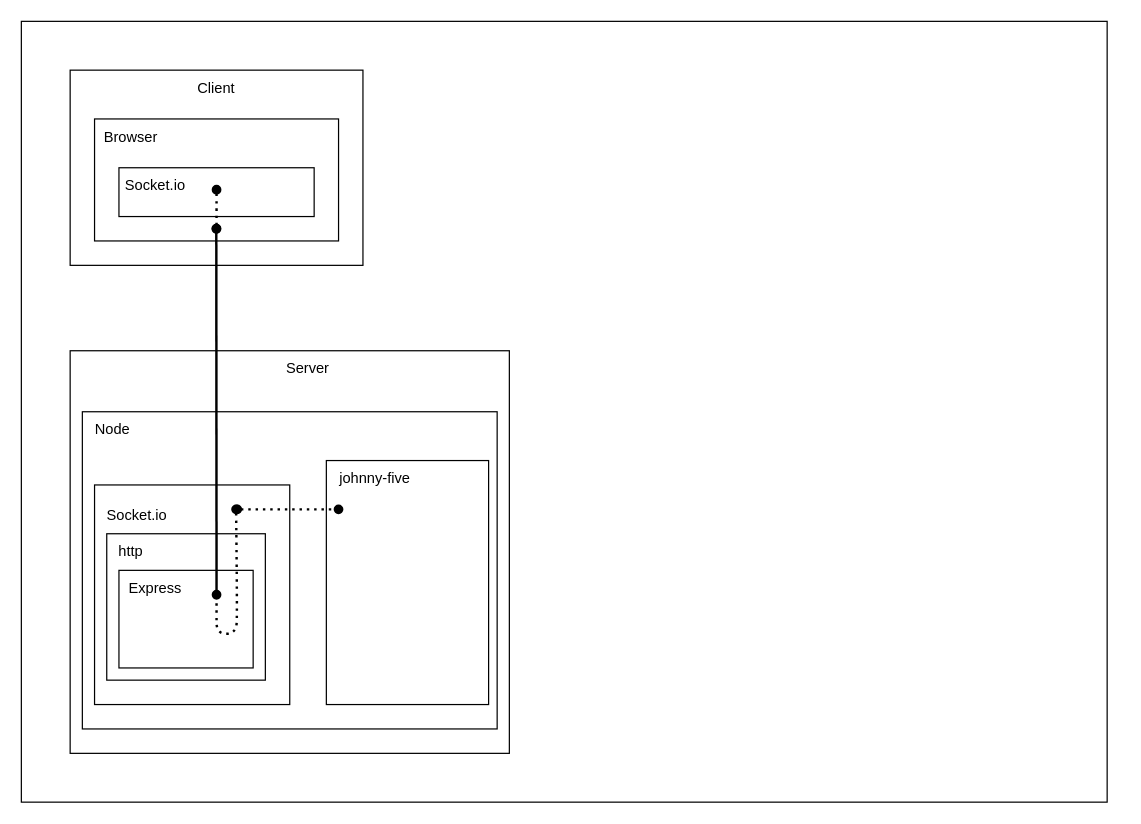
Before: arch_diagram.drawio in mike-shields-dev/browser-bot, a draw.io diagram. Source tidied: cells renumbered, new cells numbered last; positions are measured from the earlier drawing's top-left corner, leaving out a move shared by most shapes. Both pictures are drawn from the tidied source at 122%, with x=0, y=0 at pixel (21, 21).
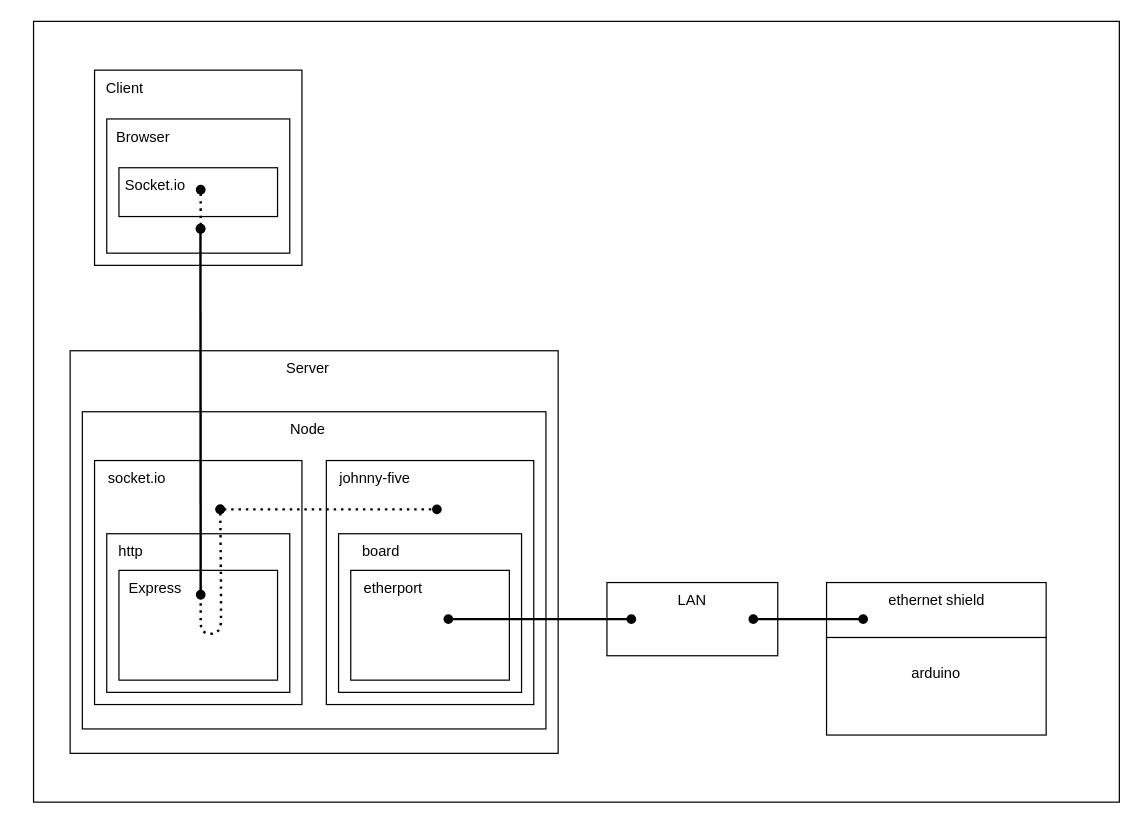
The same diagram, later.

The edit, as a diff of the source:
```diff
@@
     <mxCell id="2" style="rounded=0;whiteSpace=wrap;html=1;" parent="1" vertex="1">
-      <mxGeometry width="890" height="640" as="geometry" />
+      <mxGeometry x="10" width="890" height="640" as="geometry" />
     </mxCell>
     <mxCell id="3" style="rounded=1;whiteSpace=wrap;html=1;arcSize=0;" parent="1" vertex="1">
-      <mxGeometry x="40" y="40" width="240" height="160" as="geometry" />
+      <mxGeometry x="60" y="40" width="170" height="160" as="geometry" />
     </mxCell>
     <mxCell id="4" style="rounded=1;whiteSpace=wrap;html=1;arcSize=0;" parent="1" vertex="1">
-      <mxGeometry x="60" y="80" width="200" height="100" as="geometry" />
+      <mxGeometry x="70" y="80" width="150" height="110" as="geometry" />
     </mxCell>
@@
     <mxCell id="6" value="Client" style="text;html=1;strokeColor=none;fillColor=none;align=center;verticalAlign=middle;whiteSpace=wrap;rounded=0;" parent="1" vertex="1">
-      <mxGeometry x="130" y="40" width="60" height="30" as="geometry" />
+      <mxGeometry x="60" y="40" width="50" height="30" as="geometry" />
     </mxCell>
     <mxCell id="7" value="Browser" style="text;html=1;strokeColor=none;fillColor=none;align=center;verticalAlign=middle;whiteSpace=wrap;rounded=0;" parent="1" vertex="1">
-      <mxGeometry x="60" y="80" width="60" height="30" as="geometry" />
+      <mxGeometry x="70" y="80" width="60" height="30" as="geometry" />
     </mxCell>
     <mxCell id="8" style="rounded=1;whiteSpace=wrap;html=1;arcSize=0;" parent="1" vertex="1">
-      <mxGeometry x="40" y="270" width="360" height="330" as="geometry" />
+      <mxGeometry x="40" y="270" width="400" height="330" as="geometry" />
     </mxCell>
     <mxCell id="9" style="rounded=1;whiteSpace=wrap;html=1;arcSize=0;" parent="1" vertex="1">
-      <mxGeometry x="50" y="320" width="340" height="260" as="geometry" />
+      <mxGeometry x="50" y="320" width="380" height="260" as="geometry" />
     </mxCell>
@@
     <mxCell id="12" value="Node" style="text;html=1;strokeColor=none;fillColor=none;align=center;verticalAlign=middle;whiteSpace=wrap;rounded=0;" parent="1" vertex="1">
-      <mxGeometry x="50" y="320" width="50" height="30" as="geometry" />
+      <mxGeometry x="210" y="320" width="50" height="30" as="geometry" />
     </mxCell>
     <mxCell id="13" style="group;" parent="1" vertex="1">
-      <mxGeometry x="80" y="120" width="160" height="40" as="geometry" />
+      <mxGeometry x="80" y="120" width="130" height="40" as="geometry" />
     </mxCell>
     <mxCell id="14" style="rounded=1;whiteSpace=wrap;html=1;arcSize=0;" parent="13" vertex="1">
-      <mxGeometry width="160" height="40" as="geometry" />
+      <mxGeometry width="130" height="40" as="geometry" />
     </mxCell>
@@
     <mxCell id="16" style="rounded=1;whiteSpace=wrap;html=1;arcSize=0;" parent="1" vertex="1">
-      <mxGeometry x="60" y="380" width="160" height="180" as="geometry" />
+      <mxGeometry x="60" y="360" width="170" height="200" as="geometry" />
     </mxCell>
-    <mxCell id="17" value="Socket.io" style="text;html=1;strokeColor=none;fillColor=none;align=center;verticalAlign=middle;whiteSpace=wrap;rounded=0;" parent="1" vertex="1">
-      <mxGeometry x="60" y="390" width="70" height="30" as="geometry" />
+    <mxCell id="17" value="socket.io" style="text;html=1;strokeColor=none;fillColor=none;align=center;verticalAlign=middle;whiteSpace=wrap;rounded=0;" parent="1" vertex="1">
+      <mxGeometry x="60" y="360" width="70" height="30" as="geometry" />
     </mxCell>
     <mxCell id="18" style="rounded=0;whiteSpace=wrap;html=1;" parent="1" vertex="1">
-      <mxGeometry x="70" y="420" width="130" height="120" as="geometry" />
+      <mxGeometry x="70" y="420" width="150" height="130" as="geometry" />
     </mxCell>
     <mxCell id="19" style="rounded=0;whiteSpace=wrap;html=1;" parent="1" vertex="1">
-      <mxGeometry x="80" y="450" width="110" height="80" as="geometry" />
+      <mxGeometry x="80" y="450" width="130" height="90" as="geometry" />
     </mxCell>
@@
     <mxCell id="22" style="endArrow=none;dashed=1;html=1;dashPattern=1 2;strokeWidth=2;curved=1;startArrow=oval;startFill=1;" parent="1" edge="1">
       <mxGeometry relative="1" as="geometry">
-        <mxPoint x="176" y="400" as="sourcePoint" />
-        <mxPoint x="160" y="470" as="targetPoint" />
+        <mxPoint x="163" y="400" as="sourcePoint" />
+        <mxPoint x="147" y="470" as="targetPoint" />
         <Array as="points">
-          <mxPoint x="177" y="484" />
-          <mxPoint x="176" y="502" />
-          <mxPoint x="160" y="502" />
-          <mxPoint x="160" y="484" />
+          <mxPoint x="164" y="484" />
+          <mxPoint x="163" y="502" />
+          <mxPoint x="147" y="502" />
+          <mxPoint x="147" y="484" />
         </Array>
       </mxGeometry>
     </mxCell>
     <mxCell id="23" style="endArrow=oval;startArrow=oval;html=1;rounded=0;startFill=1;endFill=1;strokeWidth=2;" parent="1" edge="1">
       <mxGeometry relative="1" as="geometry">
-        <mxPoint x="160" y="470" as="sourcePoint" />
-        <mxPoint x="159.8" y="170" as="targetPoint" />
+        <mxPoint x="147" y="470" as="sourcePoint" />
+        <mxPoint x="146.8" y="170" as="targetPoint" />
         <Array as="points">
-          <mxPoint x="159.8" y="170" />
+          <mxPoint x="146.8" y="170" />
         </Array>
       </mxGeometry>
     </mxCell>
     <mxCell id="24" style="endArrow=oval;dashed=1;html=1;dashPattern=1 2;strokeWidth=2;curved=1;startArrow=oval;startFill=1;endFill=1;" parent="1" edge="1">
       <mxGeometry relative="1" as="geometry">
-        <mxPoint x="160" y="170" as="sourcePoint" />
-        <mxPoint x="160" y="138" as="targetPoint" />
+        <mxPoint x="147" y="170" as="sourcePoint" />
+        <mxPoint x="147" y="138" as="targetPoint" />
       </mxGeometry>
     </mxCell>
@@
     <mxCell id="26" style="rounded=1;whiteSpace=wrap;html=1;arcSize=0;" parent="1" vertex="1">
-      <mxGeometry x="250" y="360" width="133" height="200" as="geometry" />
+      <mxGeometry x="250" y="360" width="170" height="200" as="geometry" />
     </mxCell>
-    <mxCell id="27" style="endArrow=oval;startArrow=oval;html=1;dashed=1;dashPattern=1 2;startFill=1;endFill=1;strokeWidth=2;entryX=0.075;entryY=0.2;entryDx=0;entryDy=0;entryPerimeter=0;" parent="1" edge="1" target="26">
+    <mxCell id="27" style="endArrow=oval;startArrow=oval;html=1;dashed=1;dashPattern=1 2;startFill=1;endFill=1;strokeWidth=2;entryX=0.533;entryY=0.2;entryDx=0;entryDy=0;entryPerimeter=0;" parent="1" edge="1" target="26">
       <mxGeometry relative="1" as="geometry">
-        <mxPoint x="177" y="400" as="sourcePoint" />
+        <mxPoint x="163" y="400" as="sourcePoint" />
       </mxGeometry>
     </mxCell>
@@
+    <mxCell id="29" style="rounded=0;whiteSpace=wrap;html=1;" parent="1" vertex="1">
+      <mxGeometry x="260" y="420" width="150" height="130" as="geometry" />
+    </mxCell>
+    <mxCell id="30" value="board" style="text;html=1;strokeColor=none;fillColor=none;align=center;verticalAlign=middle;whiteSpace=wrap;rounded=0;" parent="1" vertex="1">
+      <mxGeometry x="260" y="420" width="70" height="30" as="geometry" />
+    </mxCell>
+    <mxCell id="31" style="rounded=0;whiteSpace=wrap;html=1;" parent="1" vertex="1">
+      <mxGeometry x="270" y="450" width="130" height="90" as="geometry" />
+    </mxCell>
+    <mxCell id="32" value="etherport" style="text;html=1;strokeColor=none;fillColor=none;align=center;verticalAlign=middle;whiteSpace=wrap;rounded=0;" parent="1" vertex="1">
+      <mxGeometry x="270" y="450" width="70" height="30" as="geometry" />
+    </mxCell>
+    <mxCell id="33" style="rounded=1;whiteSpace=wrap;html=1;arcSize=0;" parent="1" vertex="1">
+      <mxGeometry x="660" y="505" width="180" height="80" as="geometry" />
+    </mxCell>
+    <mxCell id="34" style="rounded=1;whiteSpace=wrap;html=1;arcSize=0;" parent="1" vertex="1">
+      <mxGeometry x="660" y="460" width="180" height="45" as="geometry" />
+    </mxCell>
+    <mxCell id="35" value="ethernet shield" style="text;html=1;strokeColor=none;fillColor=none;align=center;verticalAlign=middle;whiteSpace=wrap;rounded=0;" parent="1" vertex="1">
+      <mxGeometry x="697.5" y="460" width="105" height="30" as="geometry" />
+    </mxCell>
+    <mxCell id="36" value="arduino" style="text;html=1;strokeColor=none;fillColor=none;align=center;verticalAlign=middle;whiteSpace=wrap;rounded=0;" parent="1" vertex="1">
+      <mxGeometry x="715" y="520" width="70" height="30" as="geometry" />
+    </mxCell>
+    <mxCell id="37" style="rounded=0;whiteSpace=wrap;html=1;" parent="1" vertex="1">
+      <mxGeometry x="480" y="460" width="140" height="60" as="geometry" />
+    </mxCell>
+    <mxCell id="38" style="endArrow=oval;startArrow=oval;html=1;rounded=0;startFill=1;endFill=1;strokeWidth=2;" parent="1" edge="1">
+      <mxGeometry relative="1" as="geometry">
+        <mxPoint x="350" y="490" as="sourcePoint" />
+        <mxPoint x="500" y="490" as="targetPoint" />
+      </mxGeometry>
+    </mxCell>
+    <mxCell id="39" style="endArrow=oval;startArrow=oval;html=1;rounded=0;startFill=1;endFill=1;strokeWidth=2;exitX=0.857;exitY=0.5;exitDx=0;exitDy=0;exitPerimeter=0;" parent="1" edge="1" source="37">
+      <mxGeometry relative="1" as="geometry">
+        <mxPoint x="690" y="490" as="targetPoint" />
+      </mxGeometry>
+    </mxCell>
+    <mxCell id="40" value="LAN" style="text;html=1;strokeColor=none;fillColor=none;align=center;verticalAlign=middle;whiteSpace=wrap;rounded=0;" parent="1" vertex="1">
+      <mxGeometry x="515" y="460" width="70" height="30" as="geometry" />
+    </mxCell>
+    <mxCell id="41" style="edgeStyle=none;orthogonalLoop=1;jettySize=auto;html=1;exitX=0.5;exitY=1;exitDx=0;exitDy=0;dashed=1;dashPattern=1 2;strokeWidth=2;startArrow=oval;startFill=1;endArrow=oval;endFill=1;" parent="1" edge="1" source="37" target="37">
+      <mxGeometry relative="1" as="geometry" />
+    </mxCell>
```
